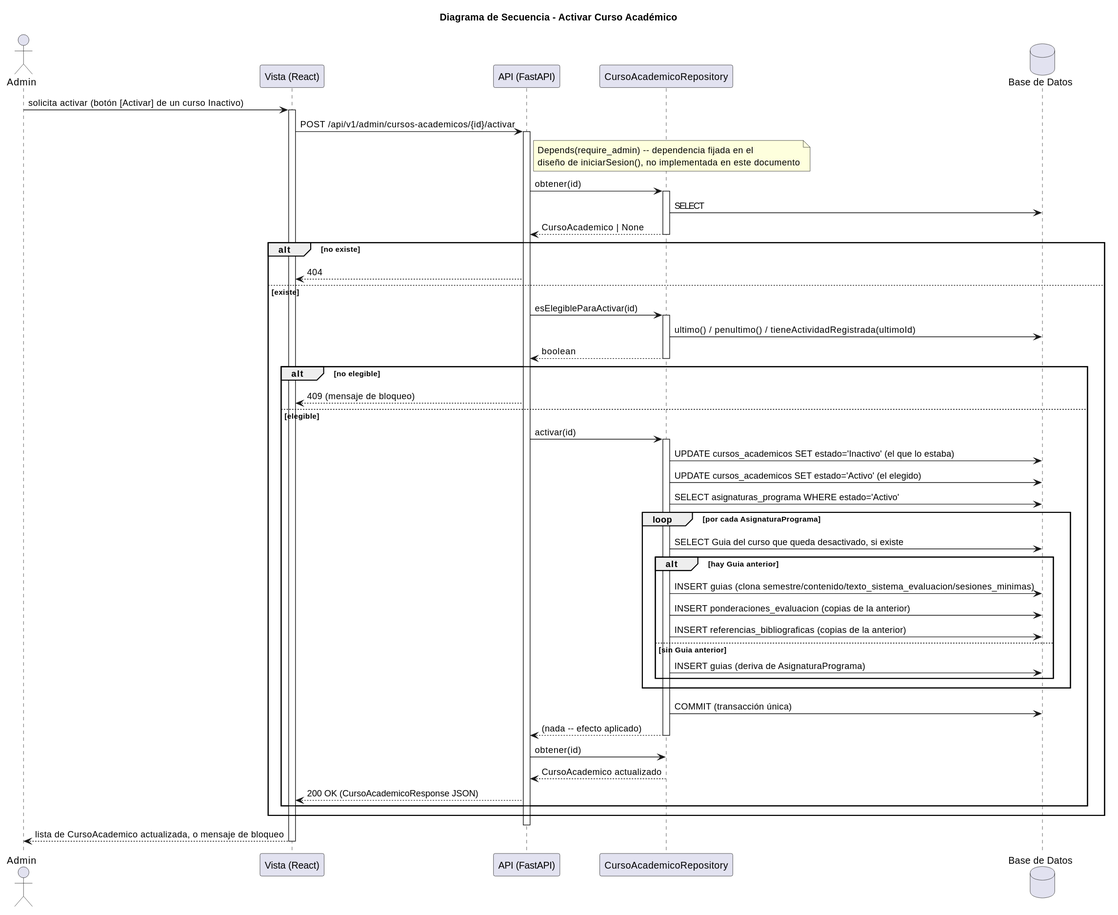
mmasias/pyCeldaPublico keeps this PlantUML diagram as images/RUP/03-diseño/casos-uso/activarCursoAcademico/secuencia.svg. Above is the earlier version.
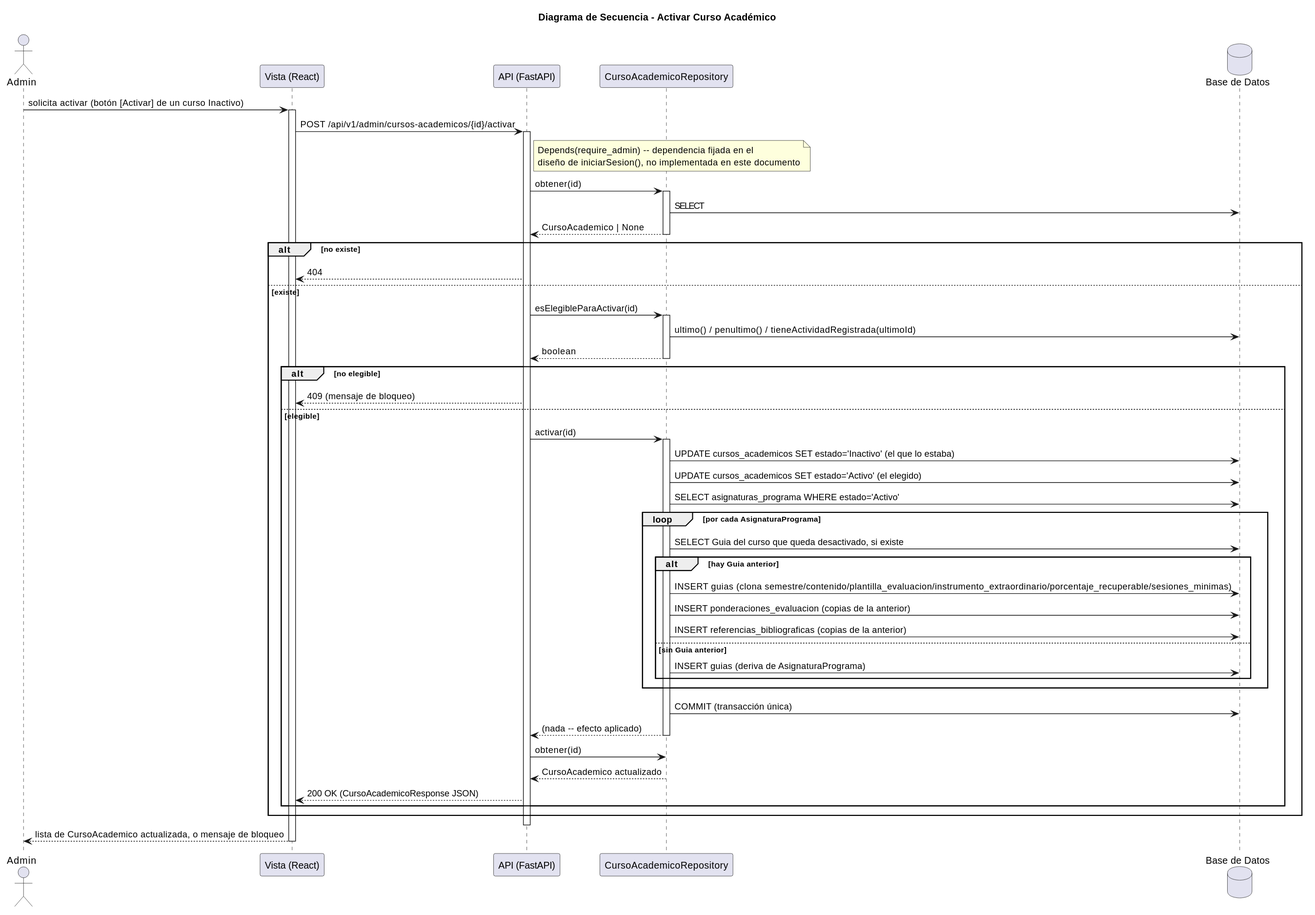
Later version of the same file.

What changed in the source:
```diff
@@ -39,7 +39,7 @@
         loop por cada AsignaturaPrograma
             CursoAcademicoRepo -> DB: SELECT Guia del curso que queda desactivado, si existe
             alt hay Guia anterior
-                CursoAcademicoRepo -> DB: INSERT guias (clona semestre/contenido/texto_sistema_evaluacion/sesiones_minimas)
+                CursoAcademicoRepo -> DB: INSERT guias (clona semestre/contenido/plantilla_evaluacion/instrumento_extraordinario/porcentaje_recuperable/sesiones_minimas)
                 CursoAcademicoRepo -> DB: INSERT ponderaciones_evaluacion (copias de la anterior)
                 CursoAcademicoRepo -> DB: INSERT referencias_bibliograficas (copias de la anterior)
             else sin Guia anterior
```
